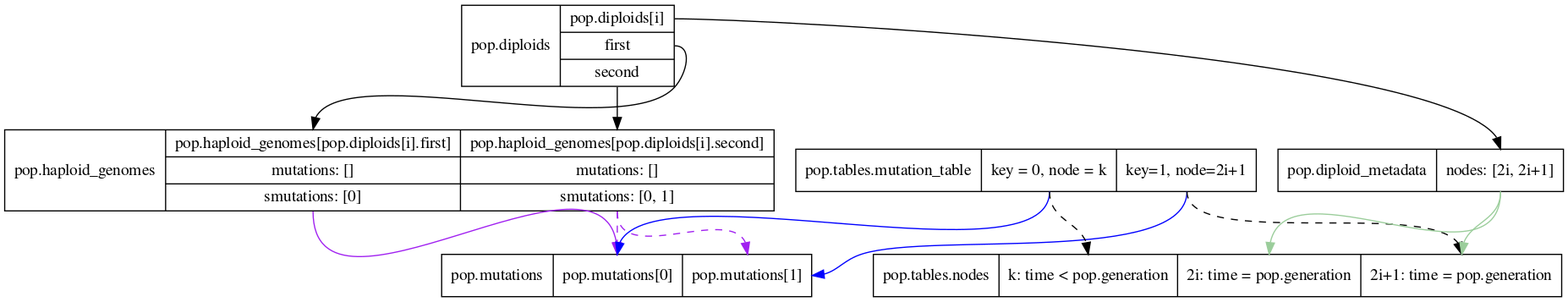
This is doc/images/structures.png from molpopgen/fwdpy11, a Graphviz export, as it was before one commit. Its source is kept beside it as doc/images/structures.dot.
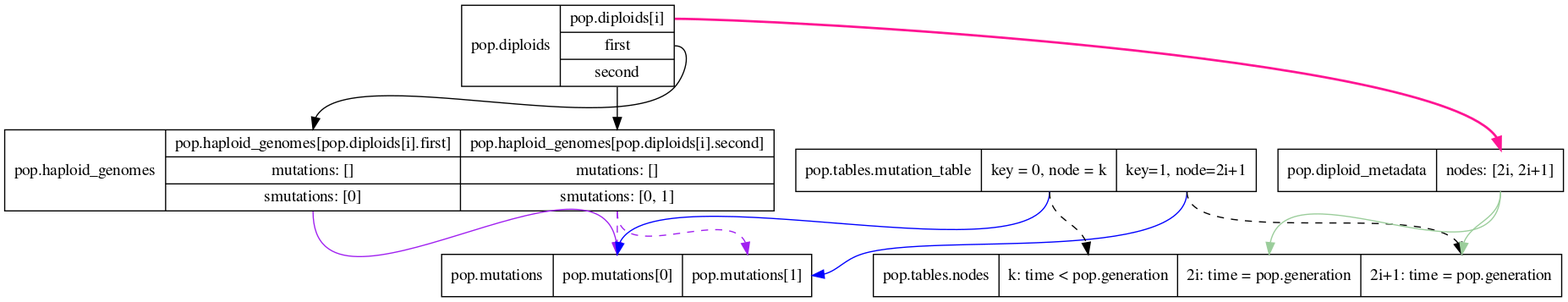
After the change.

Commit message:
change line color

What changed in the source:
```diff
@@ -28,7 +28,7 @@
         label = "pop.diploid_metadata|<f0>nodes: [2i, 2i+1]"
     ]
 
-    "diploids":d0 -> "metadata":f0
+    "diploids":d0 -> "metadata":f0 [color="deeppink", penwidth=2]
     "diploids":f0 -> "genomes":g0
     "diploids":f1 -> "genomes":g1
     "genomes":m0 -> "mutations":m0 [color="purple"]
```
